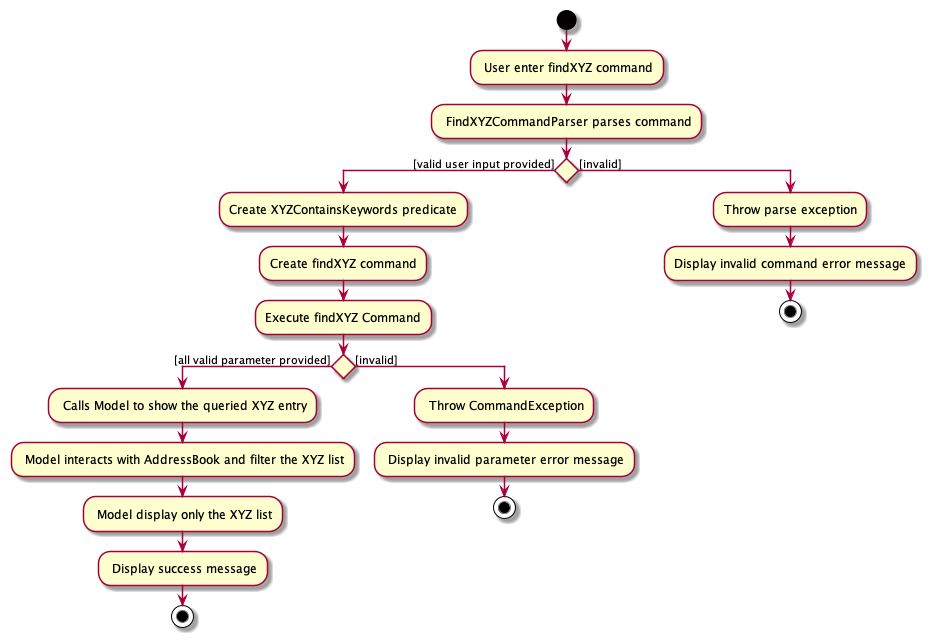
This is docs/images/FindXYZActivityDiagram.png from nus-cs2103-AY2122S2/tp, a PlantUML export, as it was before one commit.
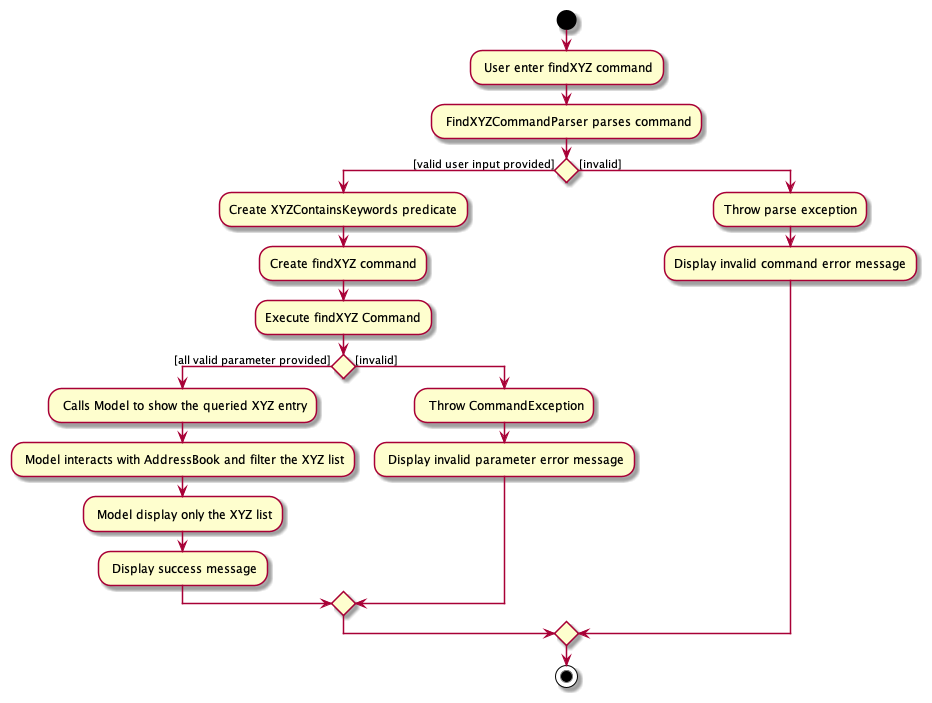
The same file after the commit.

The edit, as a diff of the source:
```diff
@@ -12,15 +12,13 @@
      : Model interacts with AddressBook and filter the XYZ list;
      : Model display only the XYZ list;
      : Display success message;
-  stop
   else ([invalid])
    : Throw CommandException;
    : Display invalid parameter error message;
-   stop
   endif
 else ([invalid])
   :Throw parse exception;
   :Display invalid command error message;
-  stop
 endif
+stop
 @enduml
```
